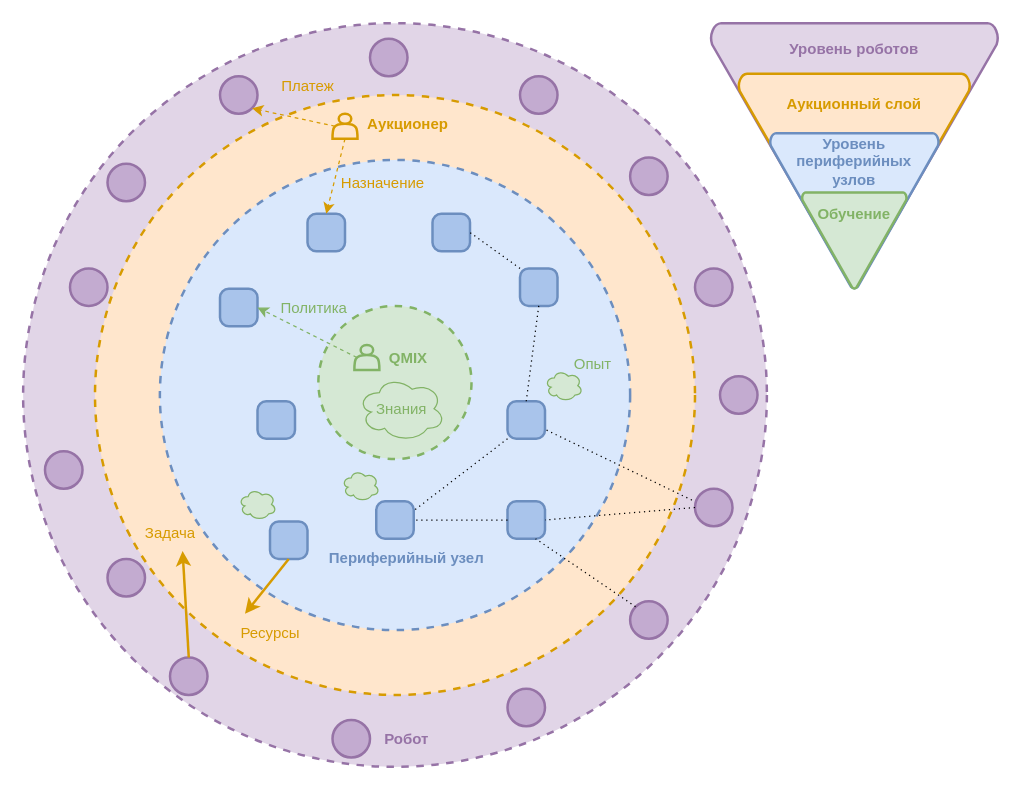
Dima12101/SPbU-Phd-LaTeX-Dissertation keeps this draw.io diagram as Dissertation/images/drawio/ch5_ample_amr_concept.drawio. Above is the earlier version. Source tidied: cells renumbered, new cells numbered last; positions are measured from the earlier drawing's top-left corner, leaving out a move shared by most shapes. Both pictures are drawn from the tidied source at 125%, with x=0, y=0 at pixel (22, 22).
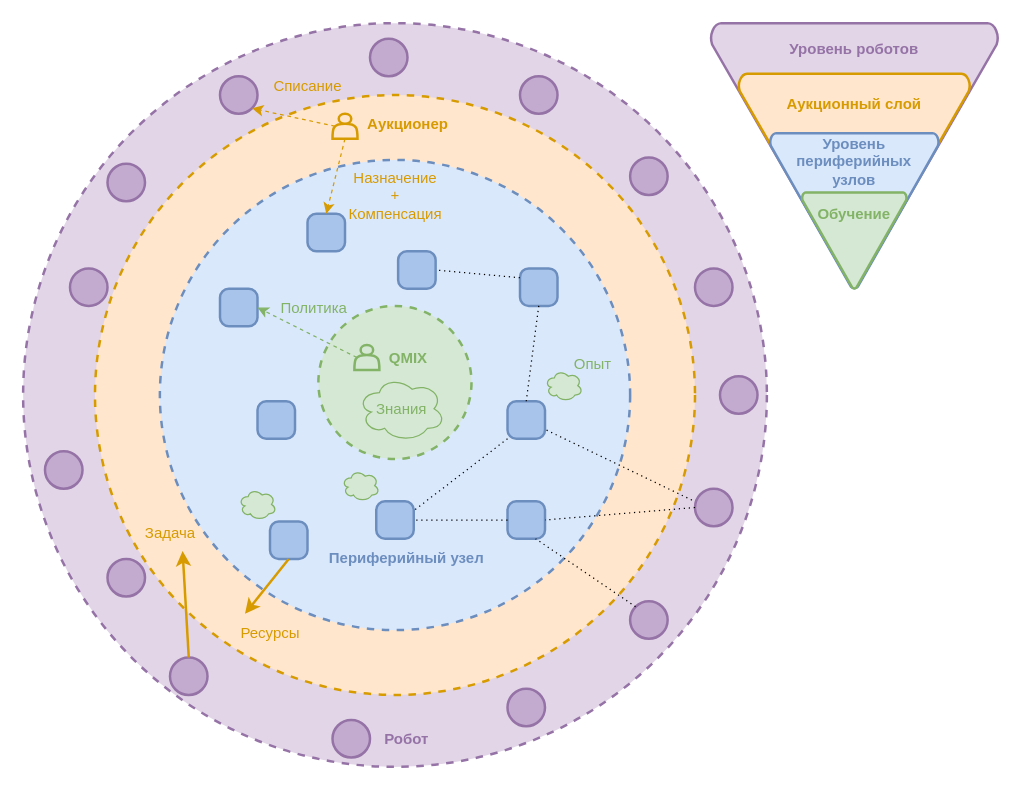
After the change.

The change refers to these unchanged cells:
```xml
<mxCell id="13" style="rounded=1;whiteSpace=wrap;html=1;absoluteArcSize=1;arcSize=14;strokeWidth=2;fillColor=#A9C4EB;strokeColor=#6c8ebf;" parent="1" vertex="1">
  <mxGeometry x="397.5" y="196.2" width="30" height="30" as="geometry" />
</mxCell>
```

Diff of the diagram source:
```diff
@@
     <mxCell id="14" style="rounded=1;whiteSpace=wrap;html=1;absoluteArcSize=1;arcSize=14;strokeWidth=2;fillColor=#A9C4EB;strokeColor=#6c8ebf;" parent="1" vertex="1">
-      <mxGeometry x="327.5" y="152.5" width="30" height="30" as="geometry" />
+      <mxGeometry x="300" y="182.5" width="30" height="30" as="geometry" />
     </mxCell>
@@
-    <mxCell id="44" value="&lt;font style=&quot;color: rgb(215, 155, 0);&quot;&gt;Назначение&lt;br&gt;&lt;/font&gt;" style="text;html=1;whiteSpace=wrap;strokeColor=none;fillColor=none;align=center;verticalAlign=middle;rounded=0;" parent="1" vertex="1">
-      <mxGeometry x="257.5" y="112.5" width="60" height="30" as="geometry" />
+    <mxCell id="44" value="&lt;font style=&quot;color: rgb(215, 155, 0);&quot;&gt;Назначение&lt;br&gt;&lt;/font&gt;&lt;div&gt;&lt;font style=&quot;color: rgb(215, 155, 0);&quot;&gt;+&lt;/font&gt;&lt;/div&gt;&lt;div&gt;&lt;font style=&quot;color: rgb(215, 155, 0);&quot;&gt;Компенсация&lt;/font&gt;&lt;/div&gt;" style="text;html=1;whiteSpace=wrap;strokeColor=none;fillColor=none;align=center;verticalAlign=middle;rounded=0;" parent="1" vertex="1">
+      <mxGeometry x="267.5" y="122.5" width="60" height="30" as="geometry" />
     </mxCell>
@@
-    <mxCell id="46" value="&lt;font style=&quot;color: rgb(215, 155, 0);&quot;&gt;Платеж&lt;br&gt;&lt;/font&gt;" style="text;html=1;whiteSpace=wrap;strokeColor=none;fillColor=none;align=center;verticalAlign=middle;rounded=0;" parent="1" vertex="1">
+    <mxCell id="46" value="&lt;font style=&quot;color: rgb(215, 155, 0);&quot;&gt;Списание&lt;br&gt;&lt;/font&gt;" style="text;html=1;whiteSpace=wrap;strokeColor=none;fillColor=none;align=center;verticalAlign=middle;rounded=0;" parent="1" vertex="1">
       <mxGeometry x="197.5" y="36.2" width="60" height="30" as="geometry" />
     </mxCell>
@@
-    <mxCell id="49" style="endArrow=none;dashed=1;html=1;dashPattern=1 3;strokeWidth=1;rounded=0;entryX=1;entryY=0.5;entryDx=0;entryDy=0;exitX=0;exitY=0;exitDx=0;exitDy=0;" parent="1" edge="1" source="13" target="14">
+    <mxCell id="49" style="endArrow=none;dashed=1;html=1;dashPattern=1 3;strokeWidth=1;rounded=0;entryX=1;entryY=0.5;entryDx=0;entryDy=0;exitX=0;exitY=0.25;exitDx=0;exitDy=0;" parent="1" edge="1" source="13" target="14">
       <mxGeometry relative="1" as="geometry" />
     </mxCell>
```
